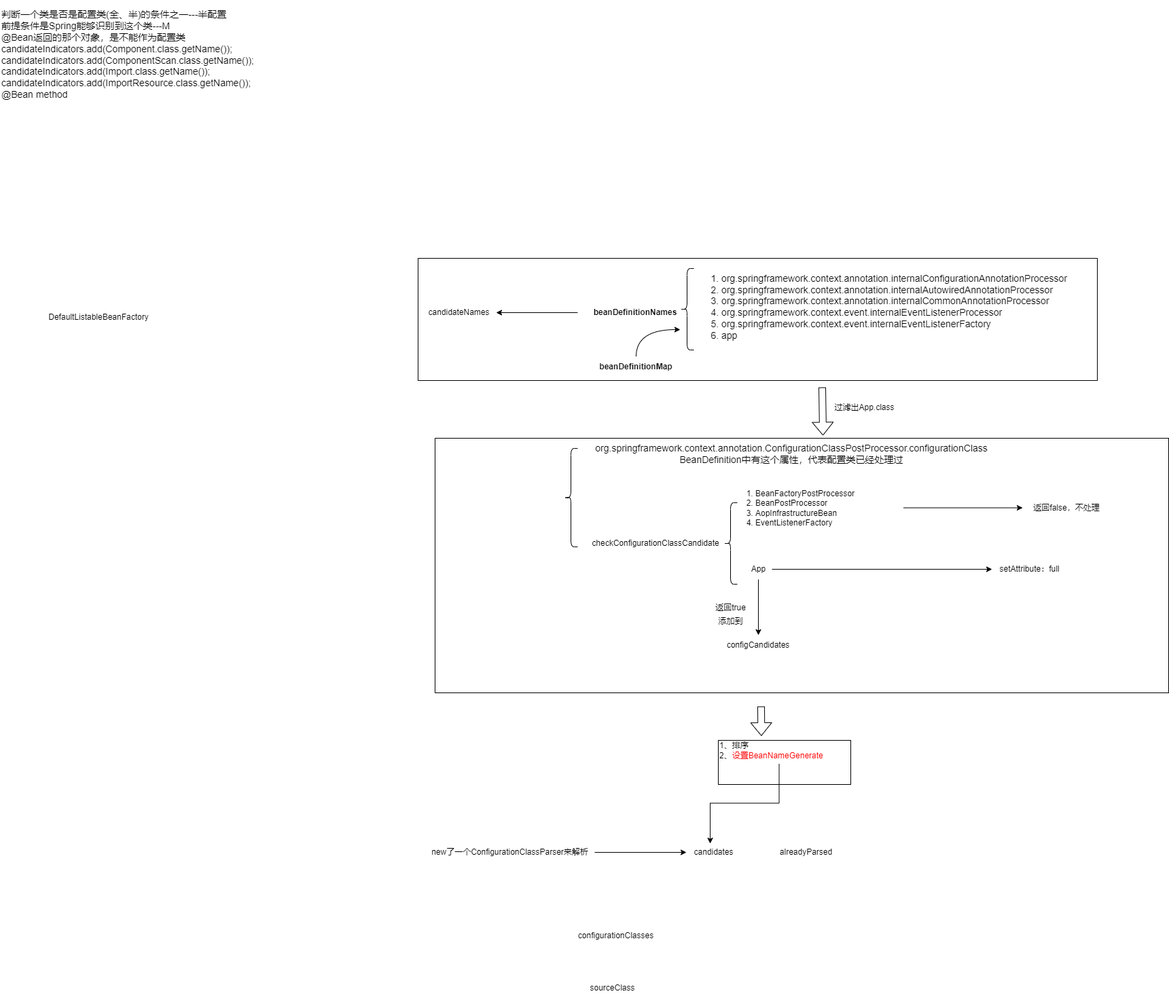
Before: Spring/Spring源码分析.png, a diagram exported from draw.io (wjb0823/drawio). Source tidied: cells renumbered, new cells last; positions are measured from the earlier drawing's top-left corner, leaving out a move shared by most shapes.
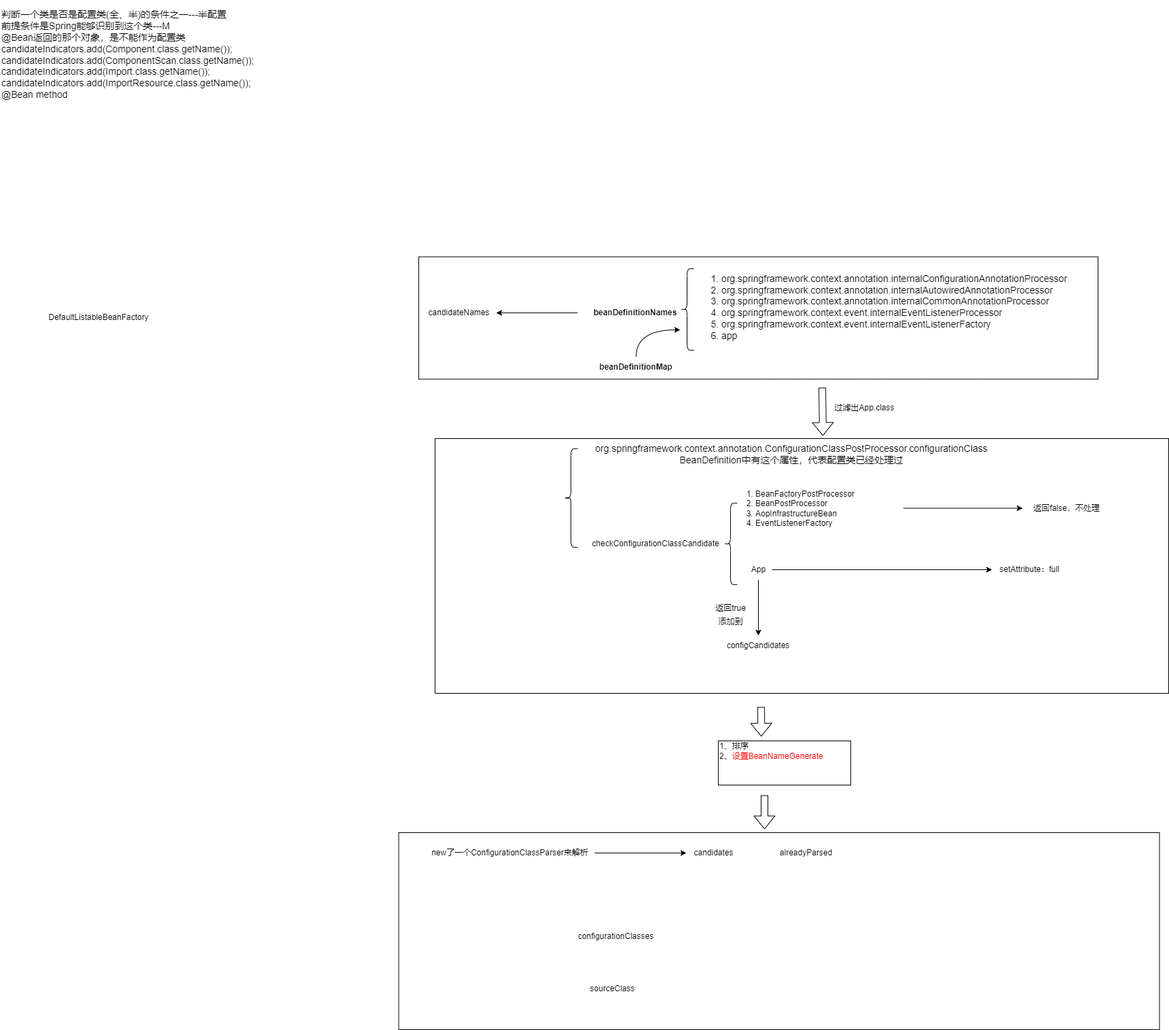
Later version of the same file.

Commit message:
更新Spring源码分析.png

The edit, as a diff of the source:
```diff
@@ -2,6 +2,12 @@
   <root>
     <mxCell id="0" />
     <mxCell id="1" parent="0" />
+    <mxCell id="39" style="rounded=0;whiteSpace=wrap;html=1;fillColor=none;" parent="1" vertex="1">
+      <mxGeometry x="586.5" y="1225" width="1120" height="290" as="geometry" />
+    </mxCell>
+    <mxCell id="35" style="rounded=0;whiteSpace=wrap;html=1;fillColor=none;" parent="1" vertex="1">
+      <mxGeometry x="640" y="645" width="1080" height="375" as="geometry" />
+    </mxCell>
     <mxCell id="2" style="edgeStyle=orthogonalEdgeStyle;rounded=0;jettySize=auto;html=1;" parent="1" edge="1" source="3" target="22">
       <mxGeometry relative="1" as="geometry" />
     </mxCell>
@@ -80,9 +86,6 @@
     <mxCell id="27" style="edgeStyle=orthogonalEdgeStyle;rounded=0;jettySize=auto;html=1;" parent="1" edge="1" source="21" target="25">
       <mxGeometry relative="1" as="geometry" />
     </mxCell>
-    <mxCell id="28" style="edgeStyle=orthogonalEdgeStyle;rounded=0;jettySize=auto;html=1;entryX=0.438;entryY=0.067;entryDx=0;entryDy=0;entryPerimeter=0;" parent="1" edge="1" source="24" target="25">
-      <mxGeometry relative="1" as="geometry" />
-    </mxCell>
     <mxCell id="29" value="configurationClasses" style="text;html=1;align=center;verticalAlign=middle;strokeColor=none;fillColor=none;" parent="1" vertex="1">
       <mxGeometry x="841" y="1363" width="130" height="30" as="geometry" />
     </mxCell>
@@ -103,11 +106,8 @@
         <mxPoint x="1210" y="570" as="sourcePoint" />
       </mxGeometry>
     </mxCell>
-    <mxCell id="35" style="rounded=0;whiteSpace=wrap;html=1;fillColor=none;" parent="1" vertex="1">
-      <mxGeometry x="640" y="645" width="1080" height="375" as="geometry" />
-    </mxCell>
     <mxCell id="36" style="rounded=0;whiteSpace=wrap;html=1;fillColor=none;" parent="1" vertex="1">
-      <mxGeometry x="615" y="380" width="1000" height="180" as="geometry" />
+      <mxGeometry x="616" y="377.5" width="1000" height="180" as="geometry" />
     </mxCell>
     <mxCell id="37" style="rounded=0;whiteSpace=wrap;html=1;fillColor=none;" parent="1" vertex="1">
       <mxGeometry x="1057" y="1090" width="195" height="65" as="geometry" />
@@ -117,5 +117,11 @@
         <mxPoint x="1120" y="1040" as="sourcePoint" />
       </mxGeometry>
     </mxCell>
+    <mxCell id="40" style="shape=flexArrow;endArrow=classic;html=1;rounded=0;" parent="1" edge="1">
+      <mxGeometry relative="1" as="geometry">
+        <mxPoint x="1125" y="1170" as="sourcePoint" />
+        <mxPoint x="1125" y="1220" as="targetPoint" />
+      </mxGeometry>
+    </mxCell>
   </root>
 </mxGraphModel>
```
